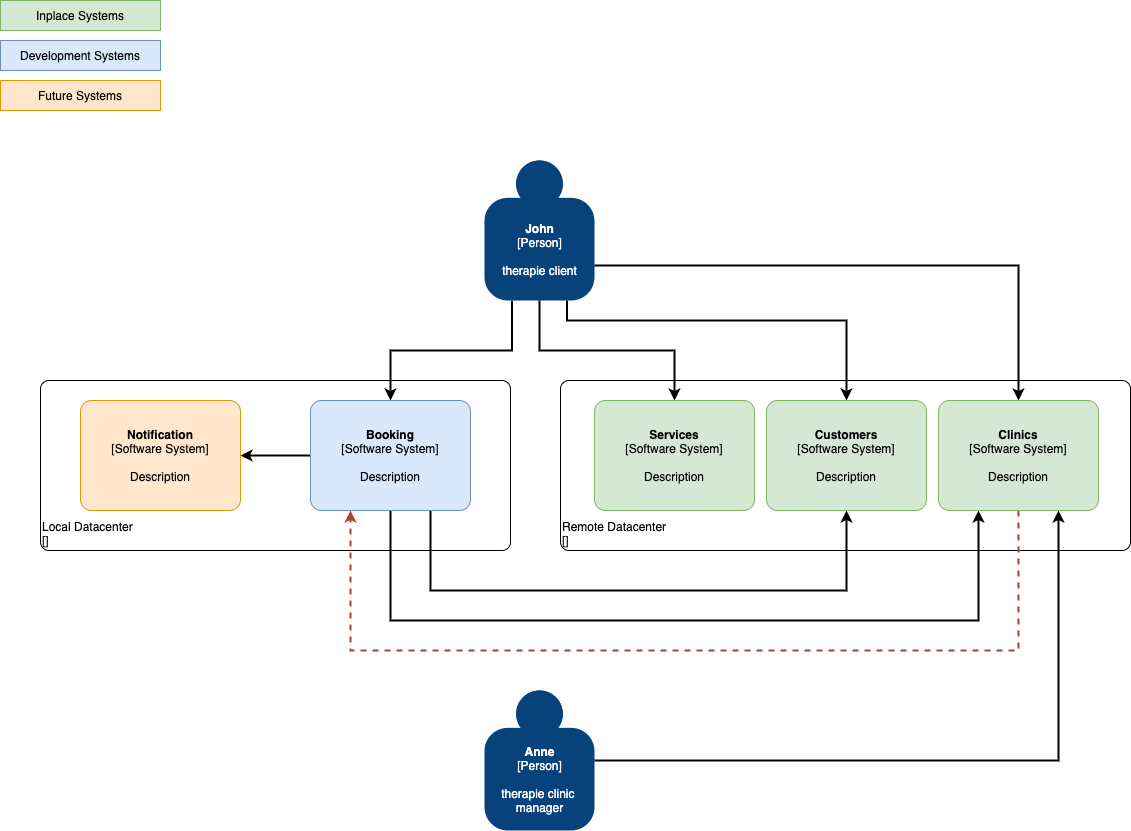
Above: doc/images/overallBooking.png in mdms01/booking (draw.io), before the change. Source tidied: cells renumbered, new cells last; positions are measured from the earlier drawing's top-left corner, leaving out a move shared by most shapes. The source it was exported from:
```xml
<mxGraphModel>
  <root>
    <mxCell id="0" />
    <mxCell id="1" parent="0" />
    <object id="2" label="&lt;div style=&quot;text-align: left&quot;&gt;%c4Name%&lt;/div&gt;&lt;div style=&quot;text-align: left&quot;&gt;[%c4Application%]&lt;/div&gt;" c4Application="" c4Name="Remote Datacenter" c4Type="ExecutionEnvironment" placeholders="1">
      <mxCell style="rounded=1;whiteSpace=wrap;html=1;labelBackgroundColor=none;fillColor=#ffffff;fontColor=#000000;align=left;arcSize=5;strokeColor=#000000;verticalAlign=bottom;metaData={&quot;c4Type&quot;:{&quot;editable&quot;:false}};" parent="1" vertex="1">
        <mxGeometry x="560" y="380" width="570" height="170" as="geometry" />
      </mxCell>
    </object>
    <object id="3" label="&lt;div style=&quot;text-align: left&quot;&gt;%c4Name%&lt;/div&gt;&lt;div style=&quot;text-align: left&quot;&gt;[%c4Application%]&lt;/div&gt;" c4Application="" c4Name="Local Datacenter" c4Type="ExecutionEnvironment" placeholders="1">
      <mxCell style="rounded=1;whiteSpace=wrap;html=1;labelBackgroundColor=none;fillColor=#ffffff;fontColor=#000000;align=left;arcSize=5;strokeColor=#000000;verticalAlign=bottom;metaData={&quot;c4Type&quot;:{&quot;editable&quot;:false}};" parent="1" vertex="1">
        <mxGeometry x="40" y="380" width="470" height="170" as="geometry" />
      </mxCell>
    </object>
    <mxCell id="4" style="edgeStyle=orthogonalEdgeStyle;rounded=0;jettySize=auto;html=1;exitX=0.25;exitY=1;exitDx=0;exitDy=0;exitPerimeter=0;entryX=0.5;entryY=0;entryDx=0;entryDy=0;entryPerimeter=0;strokeWidth=2;" parent="1" edge="1" source="8" target="12">
      <mxGeometry relative="1" as="geometry">
        <Array as="points">
          <mxPoint x="512" y="350" />
          <mxPoint x="390" y="350" />
        </Array>
      </mxGeometry>
    </mxCell>
    <mxCell id="5" style="edgeStyle=orthogonalEdgeStyle;rounded=0;jettySize=auto;html=1;exitX=0.5;exitY=1;exitDx=0;exitDy=0;exitPerimeter=0;strokeWidth=2;" parent="1" edge="1" source="8" target="13">
      <mxGeometry relative="1" as="geometry">
        <Array as="points">
          <mxPoint x="539" y="350" />
          <mxPoint x="674" y="350" />
        </Array>
      </mxGeometry>
    </mxCell>
    <mxCell id="6" style="edgeStyle=orthogonalEdgeStyle;rounded=0;jettySize=auto;html=1;exitX=0.75;exitY=1;exitDx=0;exitDy=0;exitPerimeter=0;entryX=0.5;entryY=0;entryDx=0;entryDy=0;entryPerimeter=0;strokeWidth=2;" parent="1" edge="1" source="8" target="14">
      <mxGeometry relative="1" as="geometry">
        <Array as="points">
          <mxPoint x="567" y="320" />
          <mxPoint x="846" y="320" />
        </Array>
      </mxGeometry>
    </mxCell>
    <mxCell id="7" style="edgeStyle=orthogonalEdgeStyle;rounded=0;jettySize=auto;html=1;exitX=1;exitY=0.75;exitDx=0;exitDy=0;exitPerimeter=0;strokeWidth=2;" parent="1" edge="1" source="8" target="16">
      <mxGeometry relative="1" as="geometry" />
    </mxCell>
    <object id="8" label="&lt;b&gt;%c4Name%&lt;/b&gt;&lt;div&gt;[%c4Type%]&lt;/div&gt;&lt;br&gt;&lt;div&gt;%c4Description%&lt;/div&gt;" c4Description="therapie client" c4Name="John" c4Type="Person" placeholders="1">
      <mxCell style="html=1;dashed=0;whitespace=wrap;fillColor=#08427b;strokeColor=none;fontColor=#ffffff;shape=mxgraph.c4.person;align=center;points=[[0.5,0,0],[1,0.5,0],[1,0.75,0],[0.75,1,0],[0.5,1,0],[0.25,1,0],[0,0.75,0],[0,0.5,0]];metaData={&quot;c4Type&quot;:{&quot;editable&quot;:false}};" parent="1" vertex="1">
        <mxGeometry x="484" y="160" width="110" height="140" as="geometry" />
      </mxCell>
    </object>
    <mxCell id="9" style="edgeStyle=orthogonalEdgeStyle;rounded=0;jettySize=auto;html=1;exitX=0.5;exitY=1;exitDx=0;exitDy=0;exitPerimeter=0;entryX=0.25;entryY=1;entryDx=0;entryDy=0;entryPerimeter=0;startArrow=none;startFill=0;strokeWidth=2;" parent="1" edge="1" source="12" target="16">
      <mxGeometry relative="1" as="geometry">
        <Array as="points">
          <mxPoint x="390" y="620" />
          <mxPoint x="978" y="620" />
        </Array>
      </mxGeometry>
    </mxCell>
    <mxCell id="10" style="edgeStyle=orthogonalEdgeStyle;rounded=0;jettySize=auto;html=1;exitX=0.75;exitY=1;exitDx=0;exitDy=0;exitPerimeter=0;entryX=0.5;entryY=1;entryDx=0;entryDy=0;entryPerimeter=0;strokeWidth=2;" parent="1" edge="1" source="12" target="14">
      <mxGeometry relative="1" as="geometry">
        <Array as="points">
          <mxPoint x="430" y="590" />
          <mxPoint x="846" y="590" />
        </Array>
      </mxGeometry>
    </mxCell>
    <mxCell id="11" style="edgeStyle=orthogonalEdgeStyle;rounded=0;jettySize=auto;html=1;exitX=0;exitY=0.5;exitDx=0;exitDy=0;exitPerimeter=0;strokeWidth=2;" parent="1" edge="1" source="12" target="19">
      <mxGeometry relative="1" as="geometry" />
    </mxCell>
    <object id="12" label="&lt;b&gt;%c4Name%&lt;/b&gt;&lt;div&gt;[%c4Type%]&lt;/div&gt;&lt;br&gt;&lt;div&gt;%c4Description%&lt;/div&gt;" c4Description="Description" c4Name="Booking" c4Type="Software System" placeholders="1">
      <mxCell style="rounded=1;whiteSpace=wrap;html=1;labelBackgroundColor=none;fillColor=#dae8fc;align=center;arcSize=10;strokeColor=#6c8ebf;metaData={&quot;c4Type&quot;:{&quot;editable&quot;:false}};points=[[0.25,0,0],[0.5,0,0],[0.75,0,0],[1,0.25,0],[1,0.5,0],[1,0.75,0],[0.75,1,0],[0.5,1,0],[0.25,1,0],[0,0.75,0],[0,0.5,0],[0,0.25,0]];" parent="1" vertex="1">
        <mxGeometry x="310" y="400" width="160" height="110" as="geometry" />
      </mxCell>
    </object>
    <object id="13" label="&lt;b&gt;%c4Name%&lt;/b&gt;&lt;div&gt;[%c4Type%]&lt;/div&gt;&lt;br&gt;&lt;div&gt;%c4Description%&lt;/div&gt;" c4Description="Description" c4Name="Services" c4Type="Software System" placeholders="1">
      <mxCell style="rounded=1;whiteSpace=wrap;html=1;labelBackgroundColor=none;fillColor=#d5e8d4;align=center;arcSize=10;strokeColor=#82b366;metaData={&quot;c4Type&quot;:{&quot;editable&quot;:false}};points=[[0.25,0,0],[0.5,0,0],[0.75,0,0],[1,0.25,0],[1,0.5,0],[1,0.75,0],[0.75,1,0],[0.5,1,0],[0.25,1,0],[0,0.75,0],[0,0.5,0],[0,0.25,0]];" parent="1" vertex="1">
        <mxGeometry x="594" y="400" width="160" height="110" as="geometry" />
      </mxCell>
    </object>
    <object id="14" label="&lt;b&gt;%c4Name%&lt;/b&gt;&lt;div&gt;[%c4Type%]&lt;/div&gt;&lt;br&gt;&lt;div&gt;%c4Description%&lt;/div&gt;" c4Description="Description" c4Name="Customers" c4Type="Software System" placeholders="1">
      <mxCell style="rounded=1;whiteSpace=wrap;html=1;labelBackgroundColor=none;fillColor=#d5e8d4;align=center;arcSize=10;strokeColor=#82b366;metaData={&quot;c4Type&quot;:{&quot;editable&quot;:false}};points=[[0.25,0,0],[0.5,0,0],[0.75,0,0],[1,0.25,0],[1,0.5,0],[1,0.75,0],[0.75,1,0],[0.5,1,0],[0.25,1,0],[0,0.75,0],[0,0.5,0],[0,0.25,0]];" parent="1" vertex="1">
        <mxGeometry x="766" y="400" width="160" height="110" as="geometry" />
      </mxCell>
    </object>
    <mxCell id="15" style="edgeStyle=orthogonalEdgeStyle;rounded=0;jettySize=auto;html=1;exitX=0.5;exitY=1;exitDx=0;exitDy=0;exitPerimeter=0;entryX=0.25;entryY=1;entryDx=0;entryDy=0;entryPerimeter=0;startArrow=none;startFill=0;fillColor=#fad9d5;strokeColor=#ae4132;strokeWidth=2;dashed=1;" parent="1" edge="1" source="16" target="12">
      <mxGeometry relative="1" as="geometry">
        <Array as="points">
          <mxPoint x="1018" y="650" />
          <mxPoint x="350" y="650" />
        </Array>
      </mxGeometry>
    </mxCell>
    <object id="16" label="&lt;b&gt;%c4Name%&lt;/b&gt;&lt;div&gt;[%c4Type%]&lt;/div&gt;&lt;br&gt;&lt;div&gt;%c4Description%&lt;/div&gt;" c4Description="Description" c4Name="Clinics" c4Type="Software System" placeholders="1">
      <mxCell style="rounded=1;whiteSpace=wrap;html=1;labelBackgroundColor=none;fillColor=#d5e8d4;align=center;arcSize=10;strokeColor=#82b366;metaData={&quot;c4Type&quot;:{&quot;editable&quot;:false}};points=[[0.25,0,0],[0.5,0,0],[0.75,0,0],[1,0.25,0],[1,0.5,0],[1,0.75,0],[0.75,1,0],[0.5,1,0],[0.25,1,0],[0,0.75,0],[0,0.5,0],[0,0.25,0]];" parent="1" vertex="1">
        <mxGeometry x="938" y="400" width="160" height="110" as="geometry" />
      </mxCell>
    </object>
    <mxCell id="17" style="edgeStyle=orthogonalEdgeStyle;rounded=0;jettySize=auto;html=1;exitX=1;exitY=0.5;exitDx=0;exitDy=0;exitPerimeter=0;entryX=0.75;entryY=1;entryDx=0;entryDy=0;entryPerimeter=0;strokeWidth=2;" parent="1" edge="1" source="18" target="16">
      <mxGeometry relative="1" as="geometry" />
    </mxCell>
    <object id="18" label="&lt;b&gt;%c4Name%&lt;/b&gt;&lt;div&gt;[%c4Type%]&lt;/div&gt;&lt;br&gt;&lt;div&gt;%c4Description%&lt;/div&gt;" c4Description="therapie clinic &#10;manager" c4Name="Anne" c4Type="Person" placeholders="1">
      <mxCell style="html=1;dashed=0;whitespace=wrap;fillColor=#08427b;strokeColor=none;fontColor=#ffffff;shape=mxgraph.c4.person;align=center;points=[[0.5,0,0],[1,0.5,0],[1,0.75,0],[0.75,1,0],[0.5,1,0],[0.25,1,0],[0,0.75,0],[0,0.5,0]];metaData={&quot;c4Type&quot;:{&quot;editable&quot;:false}};" parent="1" vertex="1">
        <mxGeometry x="484" y="690" width="110" height="140" as="geometry" />
      </mxCell>
    </object>
    <object id="19" label="&lt;b&gt;%c4Name%&lt;/b&gt;&lt;div&gt;[%c4Type%]&lt;/div&gt;&lt;br&gt;&lt;div&gt;%c4Description%&lt;/div&gt;" c4Description="Description" c4Name="Notification" c4Type="Software System" placeholders="1">
      <mxCell style="rounded=1;whiteSpace=wrap;html=1;labelBackgroundColor=none;fillColor=#ffe6cc;align=center;arcSize=10;strokeColor=#d79b00;metaData={&quot;c4Type&quot;:{&quot;editable&quot;:false}};points=[[0.25,0,0],[0.5,0,0],[0.75,0,0],[1,0.25,0],[1,0.5,0],[1,0.75,0],[0.75,1,0],[0.5,1,0],[0.25,1,0],[0,0.75,0],[0,0.5,0],[0,0.25,0]];" parent="1" vertex="1">
        <mxGeometry x="80" y="400" width="160" height="110" as="geometry" />
      </mxCell>
    </object>
    <mxCell id="20" value="Inplace Systems" style="rounded=0;whiteSpace=wrap;html=1;fillColor=#d5e8d4;strokeColor=#82b366;" parent="1" vertex="1">
      <mxGeometry width="160" height="30" as="geometry" />
    </mxCell>
    <mxCell id="21" value="Development Systems" style="rounded=0;whiteSpace=wrap;html=1;fillColor=#dae8fc;strokeColor=#6c8ebf;" parent="1" vertex="1">
      <mxGeometry y="40" width="160" height="30" as="geometry" />
    </mxCell>
    <mxCell id="22" value="Future Systems" style="rounded=0;whiteSpace=wrap;html=1;fillColor=#ffe6cc;strokeColor=#d79b00;" parent="1" vertex="1">
      <mxGeometry y="80" width="160" height="30" as="geometry" />
    </mxCell>
  </root>
</mxGraphModel>
```
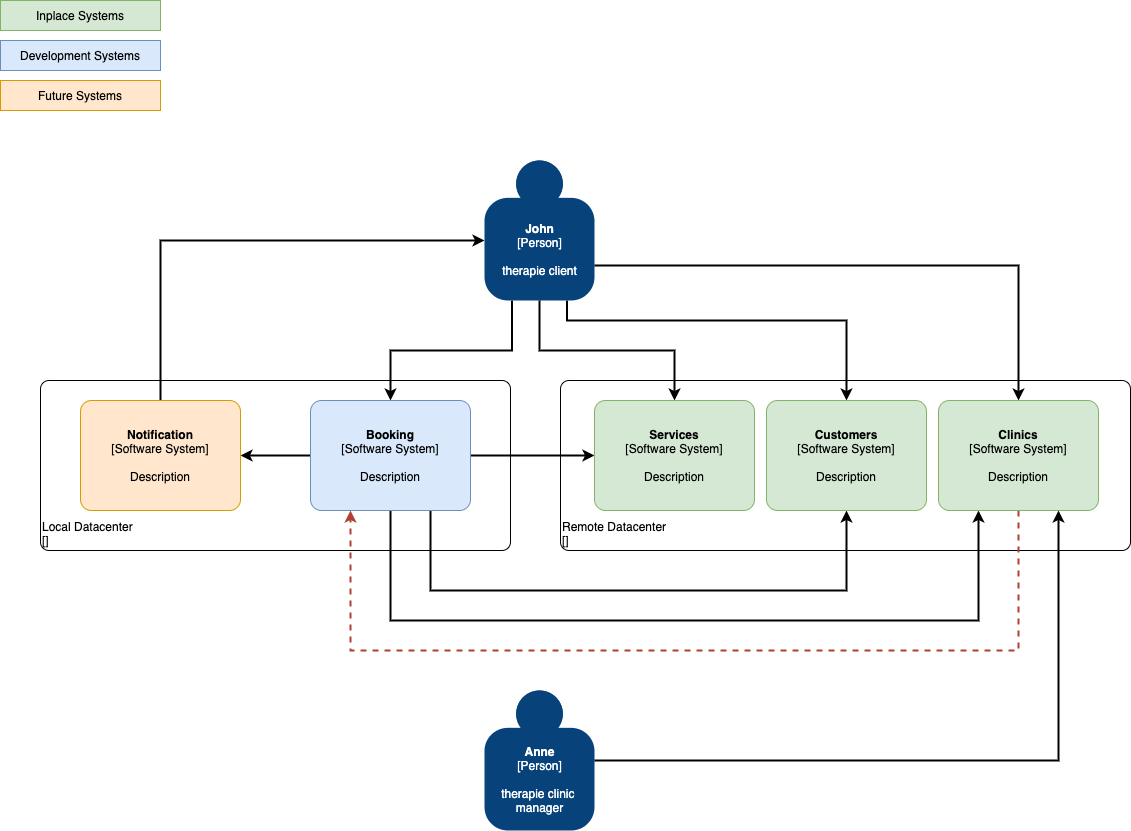
The same file after the commit.

Change to the diagram source:
```diff
@@ -63,6 +63,9 @@
     <mxCell id="11" style="edgeStyle=orthogonalEdgeStyle;rounded=0;jettySize=auto;html=1;exitX=0;exitY=0.5;exitDx=0;exitDy=0;exitPerimeter=0;strokeWidth=2;" parent="1" edge="1" source="12" target="19">
       <mxGeometry relative="1" as="geometry" />
     </mxCell>
+    <mxCell id="23" style="edgeStyle=orthogonalEdgeStyle;rounded=0;jettySize=auto;html=1;exitX=1;exitY=0.5;exitDx=0;exitDy=0;exitPerimeter=0;entryX=0;entryY=0.5;entryDx=0;entryDy=0;entryPerimeter=0;startArrow=none;startFill=0;strokeWidth=2;" parent="1" edge="1" source="12" target="13">
+      <mxGeometry relative="1" as="geometry" />
+    </mxCell>
     <object id="12" label="&lt;b&gt;%c4Name%&lt;/b&gt;&lt;div&gt;[%c4Type%]&lt;/div&gt;&lt;br&gt;&lt;div&gt;%c4Description%&lt;/div&gt;" c4Description="Description" c4Name="Booking" c4Type="Software System" placeholders="1">
       <mxCell style="rounded=1;whiteSpace=wrap;html=1;labelBackgroundColor=none;fillColor=#dae8fc;align=center;arcSize=10;strokeColor=#6c8ebf;metaData={&quot;c4Type&quot;:{&quot;editable&quot;:false}};points=[[0.25,0,0],[0.5,0,0],[0.75,0,0],[1,0.25,0],[1,0.5,0],[1,0.75,0],[0.75,1,0],[0.5,1,0],[0.25,1,0],[0,0.75,0],[0,0.5,0],[0,0.25,0]];" parent="1" vertex="1">
         <mxGeometry x="310" y="400" width="160" height="110" as="geometry" />
@@ -99,6 +102,13 @@
         <mxGeometry x="484" y="690" width="110" height="140" as="geometry" />
       </mxCell>
     </object>
+    <mxCell id="24" style="edgeStyle=orthogonalEdgeStyle;rounded=0;jettySize=auto;html=1;exitX=0.5;exitY=0;exitDx=0;exitDy=0;exitPerimeter=0;startArrow=none;startFill=0;strokeWidth=2;" parent="1" edge="1" source="19" target="8">
+      <mxGeometry relative="1" as="geometry">
+        <Array as="points">
+          <mxPoint x="160" y="240" />
+        </Array>
+      </mxGeometry>
+    </mxCell>
     <object id="19" label="&lt;b&gt;%c4Name%&lt;/b&gt;&lt;div&gt;[%c4Type%]&lt;/div&gt;&lt;br&gt;&lt;div&gt;%c4Description%&lt;/div&gt;" c4Description="Description" c4Name="Notification" c4Type="Software System" placeholders="1">
       <mxCell style="rounded=1;whiteSpace=wrap;html=1;labelBackgroundColor=none;fillColor=#ffe6cc;align=center;arcSize=10;strokeColor=#d79b00;metaData={&quot;c4Type&quot;:{&quot;editable&quot;:false}};points=[[0.25,0,0],[0.5,0,0],[0.75,0,0],[1,0.25,0],[1,0.5,0],[1,0.75,0],[0.75,1,0],[0.5,1,0],[0.25,1,0],[0,0.75,0],[0,0.5,0],[0,0.25,0]];" parent="1" vertex="1">
         <mxGeometry x="80" y="400" width="160" height="110" as="geometry" />
```
